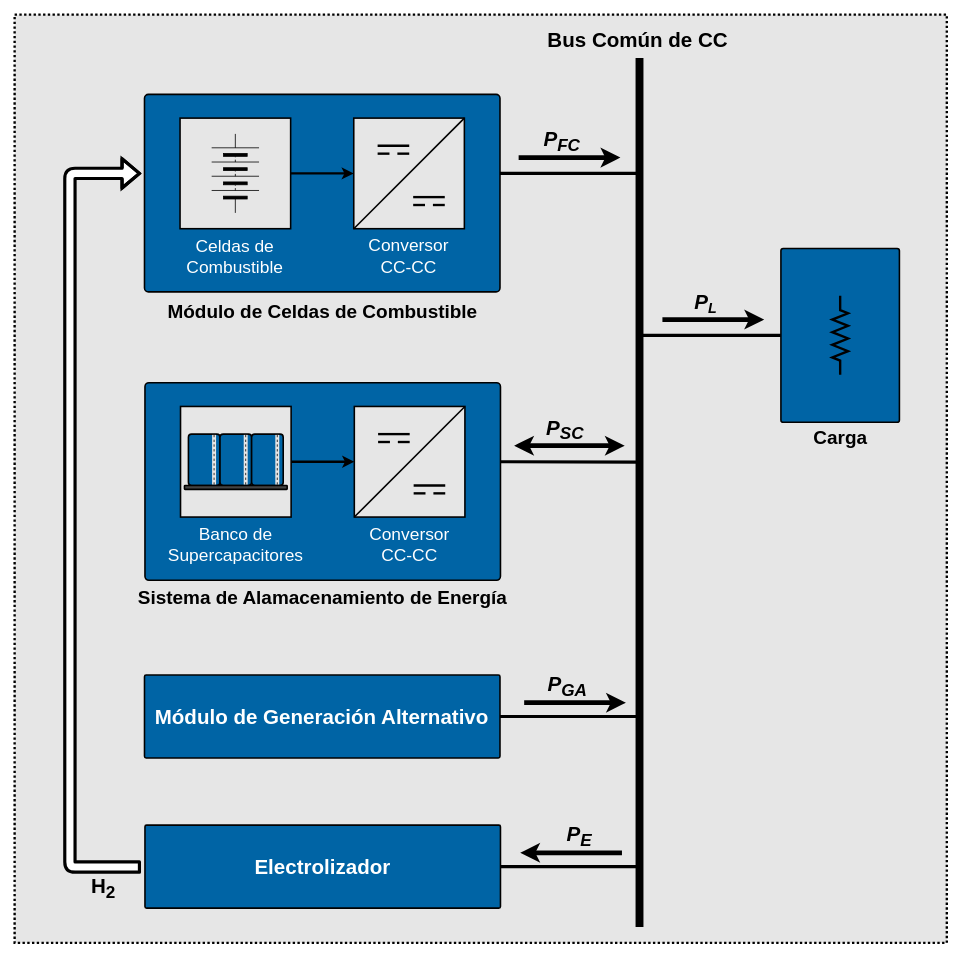
Earlier version of the draw.io diagram Informe/Diagramas/SHGE.drawio (tomas-tavella/Proyecto-Final). Source tidied: cells renumbered, new cells numbered last; positions are measured from the earlier drawing's top-left corner, leaving out a move shared by most shapes. Both pictures are drawn from the tidied source at 79%, with x=0, y=0 at pixel (14, 14).
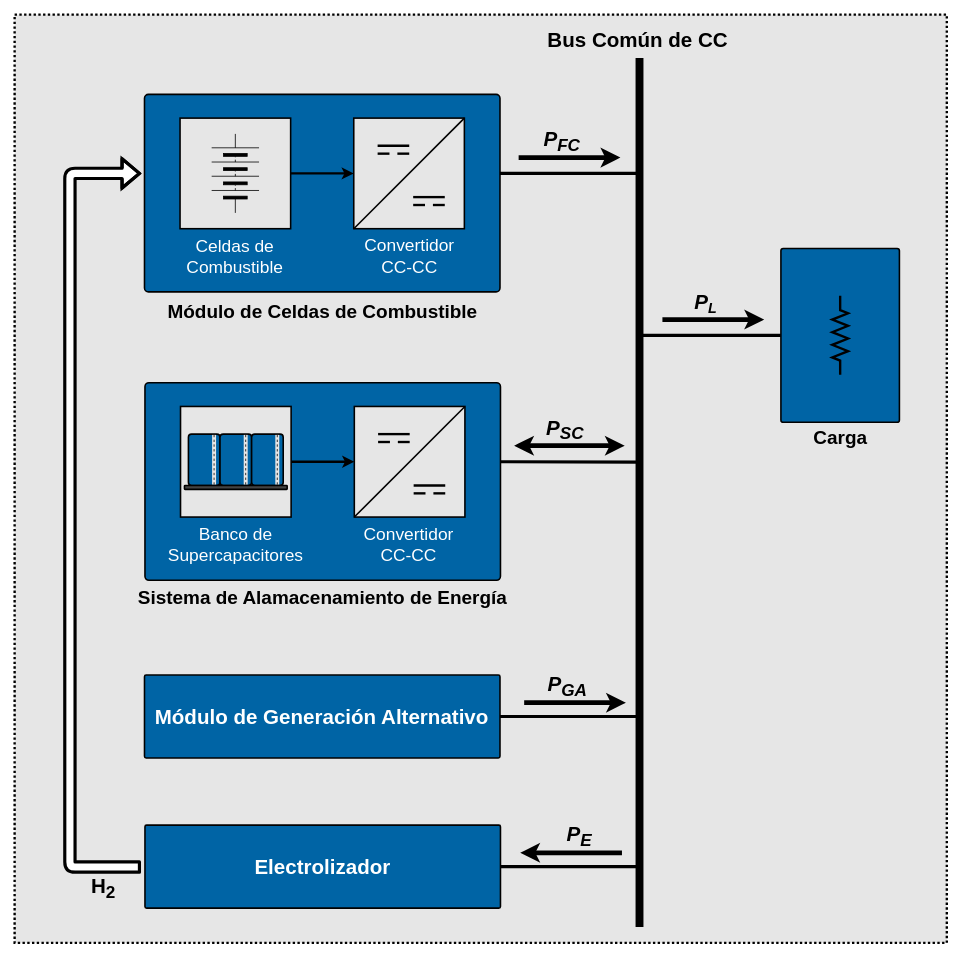
After the change.

Commit message (it also covers changes not shown here):
(Informe) Empezar la subsección del convertidor CC-CC

What changed in the source:
```diff
@@
-    <mxCell id="7" value="&lt;font color=&quot;#ffffff&quot; style=&quot;font-size: 22px;&quot;&gt;Conversor &lt;br&gt;CC-CC&lt;/font&gt;" style="text;html=1;strokeColor=none;fillColor=none;align=center;verticalAlign=middle;whiteSpace=wrap;rounded=0;fontFamily=CMU Serif;fontSize=18;fontStyle=0;" parent="1" vertex="1">
-      <mxGeometry x="444.3" y="281" width="110" height="50" as="geometry" />
+    <mxCell id="7" value="&lt;font color=&quot;#ffffff&quot; style=&quot;font-size: 22px;&quot;&gt;Convertidor&lt;br&gt;CC-CC&lt;/font&gt;" style="text;html=1;strokeColor=none;fillColor=none;align=center;verticalAlign=middle;whiteSpace=wrap;rounded=0;fontFamily=CMU Serif;fontSize=18;fontStyle=0;" parent="1" vertex="1">
+      <mxGeometry x="436.5" y="281" width="125.7" height="50" as="geometry" />
     </mxCell>
@@
-    <mxCell id="25" value="&lt;font color=&quot;#ffffff&quot; style=&quot;font-size: 22px;&quot;&gt;Conversor&lt;br&gt;CC-CC&lt;/font&gt;" style="text;html=1;strokeColor=none;fillColor=none;align=center;verticalAlign=middle;whiteSpace=wrap;rounded=0;fontFamily=CMU Serif;fontSize=18;fontStyle=0;" parent="1" vertex="1">
-      <mxGeometry x="450" y="646" width="100" height="50" as="geometry" />
+    <mxCell id="25" value="&lt;font color=&quot;#ffffff&quot; style=&quot;font-size: 22px;&quot;&gt;Convertidor&lt;br&gt;CC-CC&lt;/font&gt;" style="text;html=1;strokeColor=none;fillColor=none;align=center;verticalAlign=middle;whiteSpace=wrap;rounded=0;fontFamily=CMU Serif;fontSize=18;fontStyle=0;" parent="1" vertex="1">
+      <mxGeometry x="434.3" y="646" width="130" height="50" as="geometry" />
     </mxCell>
```
